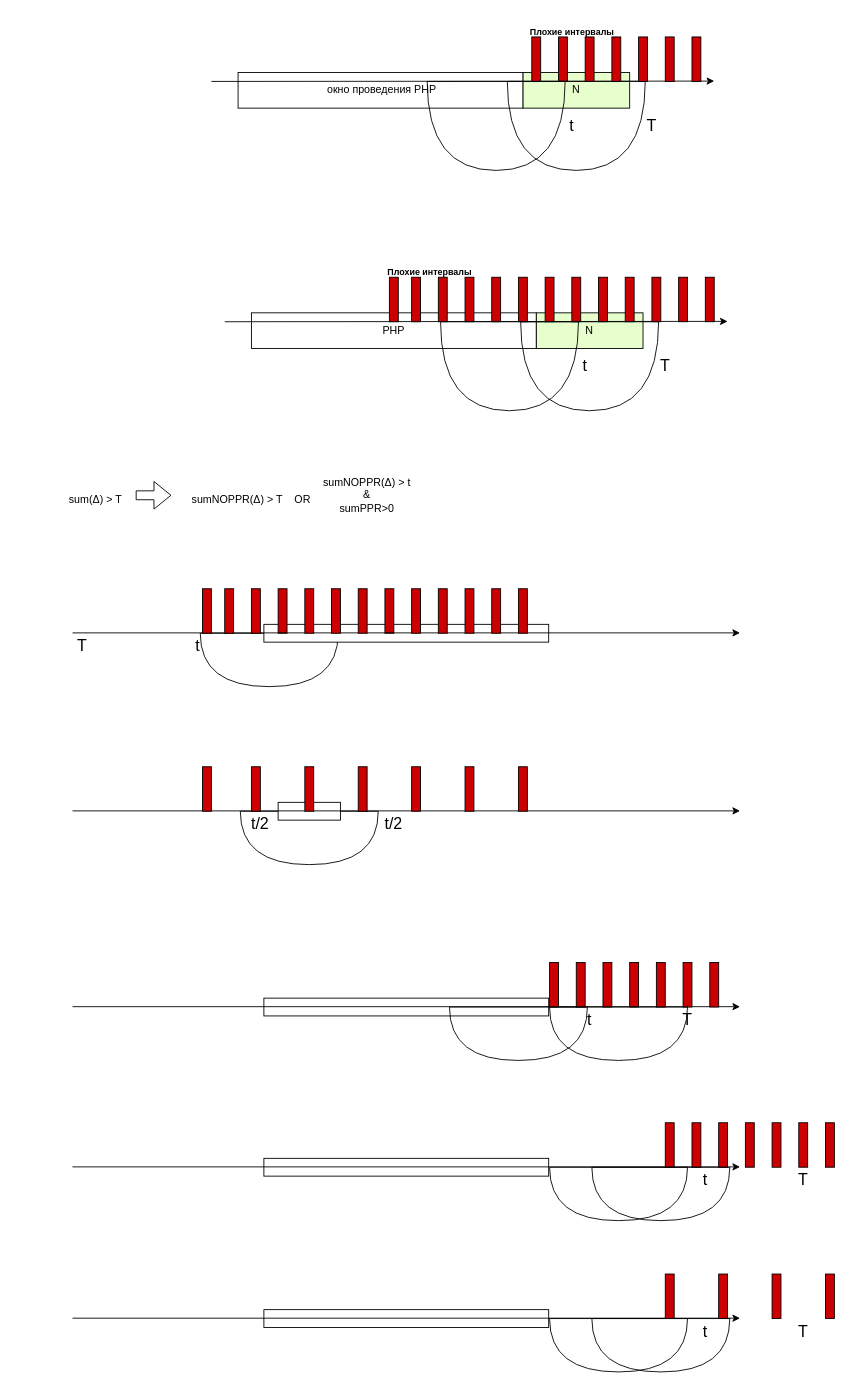
Earlier version of the draw.io diagram page "Страница 1" (1 of 3) of PPR-NOPPR.drawio (qqmax7/test). Source tidied: cells renumbered, new cells numbered last; positions are measured from the earlier drawing's top-left corner, leaving out a move shared by most shapes. Both pictures are drawn from the tidied source at 89%, with x=0, y=0 at pixel (55, 19).
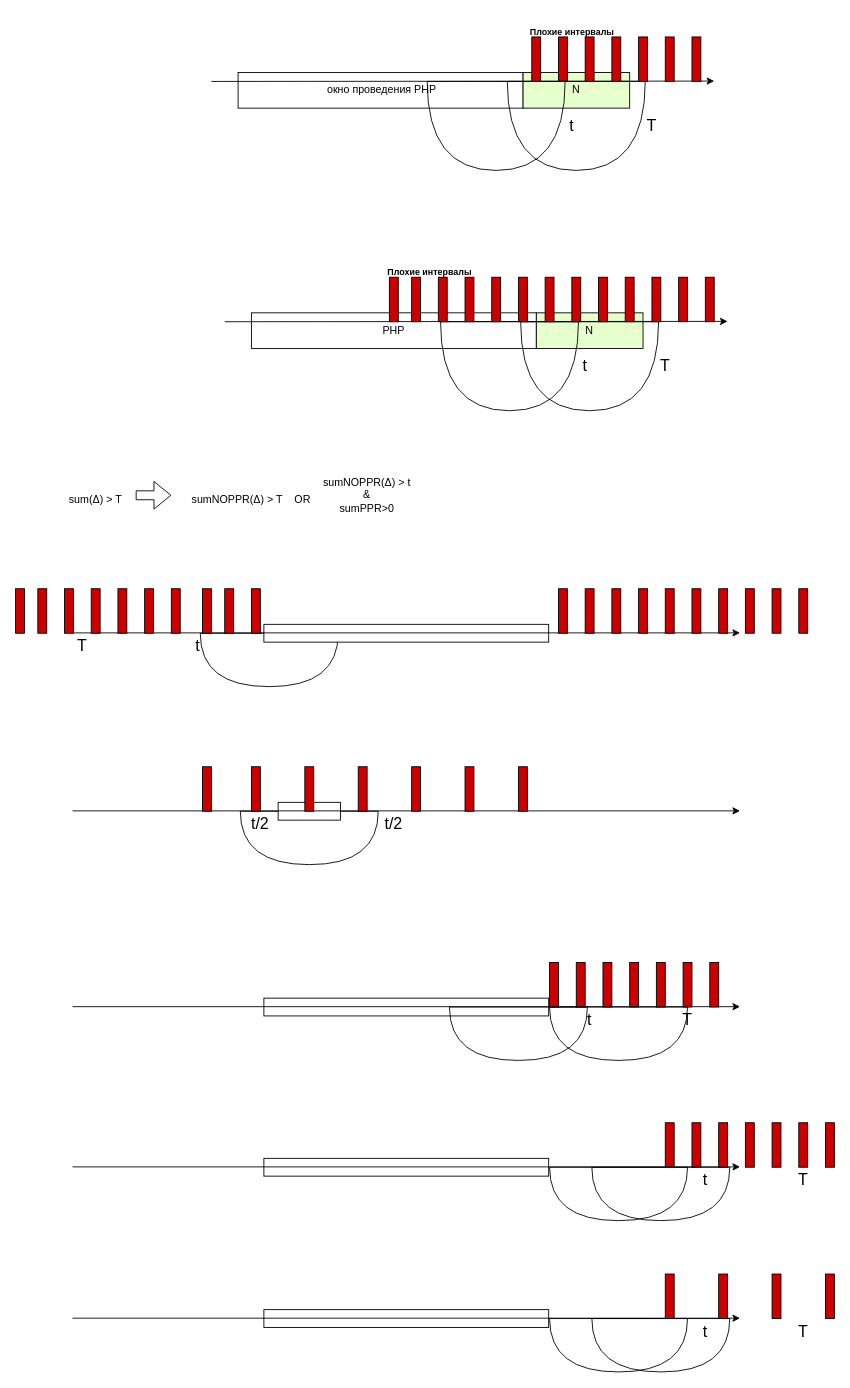
The same diagram, later.

The edit, as a diff of the source:
```diff
@@
-    <mxCell id="26" style="rounded=0;whiteSpace=wrap;html=1;fillColor=#CC0000;" parent="1" vertex="1">
-      <mxGeometry x="370" y="640" width="10" height="50" as="geometry" />
-    </mxCell>
-    <mxCell id="27" style="rounded=0;whiteSpace=wrap;html=1;fillColor=#CC0000;" parent="1" vertex="1">
-      <mxGeometry x="250" y="640" width="10" height="50" as="geometry" />
-    </mxCell>
@@
-    <mxCell id="32" style="rounded=0;whiteSpace=wrap;html=1;fillColor=#CC0000;" parent="1" vertex="1">
-      <mxGeometry x="280" y="640" width="10" height="50" as="geometry" />
-    </mxCell>
-    <mxCell id="33" style="rounded=0;whiteSpace=wrap;html=1;fillColor=#CC0000;" parent="1" vertex="1">
-      <mxGeometry x="310" y="640" width="10" height="50" as="geometry" />
-    </mxCell>
-    <mxCell id="34" style="rounded=0;whiteSpace=wrap;html=1;fillColor=#CC0000;" parent="1" vertex="1">
-      <mxGeometry x="340" y="640" width="10" height="50" as="geometry" />
-    </mxCell>
-    <mxCell id="35" style="rounded=0;whiteSpace=wrap;html=1;fillColor=#CC0000;" parent="1" vertex="1">
-      <mxGeometry x="400" y="640" width="10" height="50" as="geometry" />
-    </mxCell>
-    <mxCell id="36" style="rounded=0;whiteSpace=wrap;html=1;fillColor=#CC0000;" parent="1" vertex="1">
-      <mxGeometry x="430" y="640" width="10" height="50" as="geometry" />
-    </mxCell>
-    <mxCell id="37" style="rounded=0;whiteSpace=wrap;html=1;fillColor=#CC0000;" parent="1" vertex="1">
-      <mxGeometry x="460" y="640" width="10" height="50" as="geometry" />
-    </mxCell>
-    <mxCell id="38" style="rounded=0;whiteSpace=wrap;html=1;fillColor=#CC0000;" parent="1" vertex="1">
-      <mxGeometry x="490" y="640" width="10" height="50" as="geometry" />
-    </mxCell>
-    <mxCell id="39" style="rounded=0;whiteSpace=wrap;html=1;fillColor=#CC0000;" parent="1" vertex="1">
-      <mxGeometry x="520" y="640" width="10" height="50" as="geometry" />
-    </mxCell>
@@
+    <mxCell id="108" style="rounded=0;whiteSpace=wrap;html=1;fillColor=#CC0000;" parent="1" vertex="1">
+      <mxGeometry x="40" y="640" width="10" height="50" as="geometry" />
+    </mxCell>
+    <mxCell id="109" style="rounded=0;whiteSpace=wrap;html=1;fillColor=#CC0000;" parent="1" vertex="1">
+      <mxGeometry x="-45" y="640" width="10" height="50" as="geometry" />
+    </mxCell>
+    <mxCell id="110" style="rounded=0;whiteSpace=wrap;html=1;fillColor=#CC0000;" parent="1" vertex="1">
+      <mxGeometry x="-20" y="640" width="10" height="50" as="geometry" />
+    </mxCell>
+    <mxCell id="111" style="rounded=0;whiteSpace=wrap;html=1;fillColor=#CC0000;" parent="1" vertex="1">
+      <mxGeometry x="10" y="640" width="10" height="50" as="geometry" />
+    </mxCell>
+    <mxCell id="112" style="rounded=0;whiteSpace=wrap;html=1;fillColor=#CC0000;" parent="1" vertex="1">
+      <mxGeometry x="70" y="640" width="10" height="50" as="geometry" />
+    </mxCell>
+    <mxCell id="113" style="rounded=0;whiteSpace=wrap;html=1;fillColor=#CC0000;" parent="1" vertex="1">
+      <mxGeometry x="100" y="640" width="10" height="50" as="geometry" />
+    </mxCell>
+    <mxCell id="114" style="rounded=0;whiteSpace=wrap;html=1;fillColor=#CC0000;" parent="1" vertex="1">
+      <mxGeometry x="130" y="640" width="10" height="50" as="geometry" />
+    </mxCell>
+    <mxCell id="115" style="rounded=0;whiteSpace=wrap;html=1;fillColor=#CC0000;" parent="1" vertex="1">
+      <mxGeometry x="565" y="640" width="10" height="50" as="geometry" />
+    </mxCell>
+    <mxCell id="116" style="rounded=0;whiteSpace=wrap;html=1;fillColor=#CC0000;" parent="1" vertex="1">
+      <mxGeometry x="595" y="640" width="10" height="50" as="geometry" />
+    </mxCell>
+    <mxCell id="117" style="rounded=0;whiteSpace=wrap;html=1;fillColor=#CC0000;" parent="1" vertex="1">
+      <mxGeometry x="625" y="640" width="10" height="50" as="geometry" />
+    </mxCell>
+    <mxCell id="118" style="rounded=0;whiteSpace=wrap;html=1;fillColor=#CC0000;" parent="1" vertex="1">
+      <mxGeometry x="655" y="640" width="10" height="50" as="geometry" />
+    </mxCell>
+    <mxCell id="119" style="rounded=0;whiteSpace=wrap;html=1;fillColor=#CC0000;" parent="1" vertex="1">
+      <mxGeometry x="685" y="640" width="10" height="50" as="geometry" />
+    </mxCell>
+    <mxCell id="120" style="rounded=0;whiteSpace=wrap;html=1;fillColor=#CC0000;" parent="1" vertex="1">
+      <mxGeometry x="715" y="640" width="10" height="50" as="geometry" />
+    </mxCell>
+    <mxCell id="121" style="rounded=0;whiteSpace=wrap;html=1;fillColor=#CC0000;" parent="1" vertex="1">
+      <mxGeometry x="745" y="640" width="10" height="50" as="geometry" />
+    </mxCell>
+    <mxCell id="122" style="rounded=0;whiteSpace=wrap;html=1;fillColor=#CC0000;" parent="1" vertex="1">
+      <mxGeometry x="775" y="640" width="10" height="50" as="geometry" />
+    </mxCell>
+    <mxCell id="123" style="rounded=0;whiteSpace=wrap;html=1;fillColor=#CC0000;" parent="1" vertex="1">
+      <mxGeometry x="805" y="640" width="10" height="50" as="geometry" />
+    </mxCell>
+    <mxCell id="124" style="rounded=0;whiteSpace=wrap;html=1;fillColor=#CC0000;" parent="1" vertex="1">
+      <mxGeometry x="835" y="640" width="10" height="50" as="geometry" />
+    </mxCell>
```
